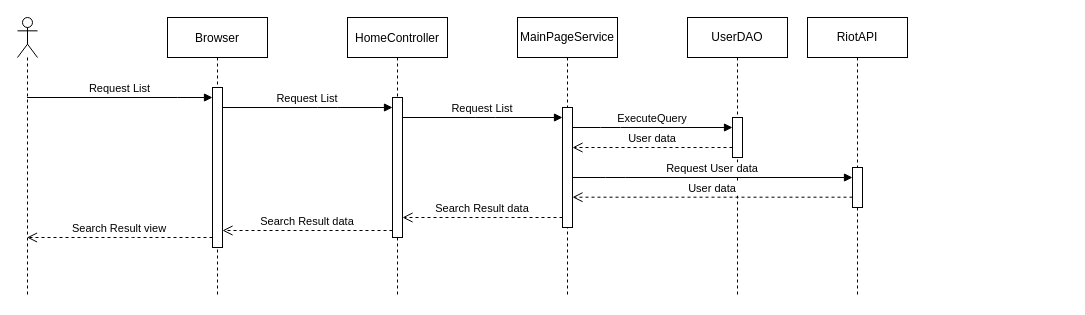
DavidDoanT/Project_DuoLegend keeps this draw.io diagram as Documentation/Diagrams/Sequence-Diagram/ShowListRandomUser.drawio. Above is the earlier version. Source tidied: cells renumbered, new cells numbered last; positions are measured from the earlier drawing's top-left corner, leaving out a move shared by most shapes. Both pictures are drawn from the tidied source at 100%, with x=0, y=0 at pixel (17, 17).
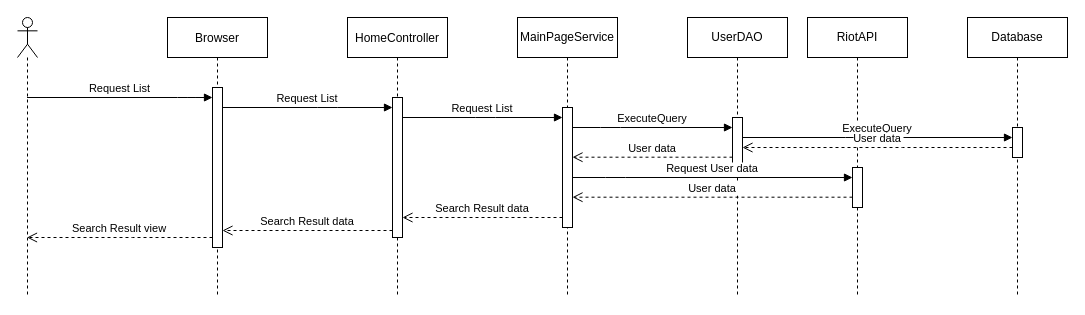
The same page after the edit.

Unchanged cells that the change refers to:
```xml
<mxCell id="11" style="html=1;points=[];perimeter=orthogonalPerimeter;" parent="10" vertex="1">
  <mxGeometry x="45" y="90" width="10" height="120" as="geometry" />
</mxCell>
<mxCell id="13" value="UserDAO" style="shape=umlLifeline;perimeter=lifelinePerimeter;whiteSpace=wrap;html=1;" parent="1" vertex="1">
  <mxGeometry x="670" width="100" height="280" as="geometry" />
</mxCell>
```

What changed in the source:
```diff
@@
     <mxCell id="14" style="html=1;points=[];perimeter=orthogonalPerimeter;" parent="13" vertex="1">
-      <mxGeometry x="45" y="100" width="10" height="40" as="geometry" />
+      <mxGeometry x="45" y="100" width="10" height="50" as="geometry" />
     </mxCell>
@@
     <mxCell id="16" value="User data" style="verticalAlign=bottom;endArrow=open;dashed=1;endSize=8;shadow=0;strokeWidth=1;" parent="1" edge="1" source="14" target="11">
       <mxGeometry relative="1" as="geometry">
         <Array as="points">
-          <mxPoint x="680" y="130" />
+          <mxPoint x="680" y="139.7" />
         </Array>
       </mxGeometry>
     </mxCell>
@@
+    <mxCell id="23" value="Database" style="shape=umlLifeline;perimeter=lifelinePerimeter;whiteSpace=wrap;html=1;" parent="1" vertex="1">
+      <mxGeometry x="950" width="100" height="280" as="geometry" />
+    </mxCell>
+    <mxCell id="24" style="html=1;points=[];perimeter=orthogonalPerimeter;" parent="23" vertex="1">
+      <mxGeometry x="45" y="110" width="10" height="30" as="geometry" />
+    </mxCell>
+    <mxCell id="25" value="ExecuteQuery" style="verticalAlign=bottom;endArrow=block;shadow=0;strokeWidth=1;" parent="1" edge="1" source="14" target="24">
+      <mxGeometry relative="1" as="geometry">
+        <Array as="points">
+          <mxPoint x="838" y="120" />
+        </Array>
+      </mxGeometry>
+    </mxCell>
+    <mxCell id="26" value="User data" style="verticalAlign=bottom;endArrow=open;dashed=1;endSize=8;shadow=0;strokeWidth=1;" parent="1" edge="1" source="24" target="14">
+      <mxGeometry relative="1" as="geometry">
+        <Array as="points">
+          <mxPoint x="895" y="130" />
+        </Array>
+      </mxGeometry>
+    </mxCell>
```
